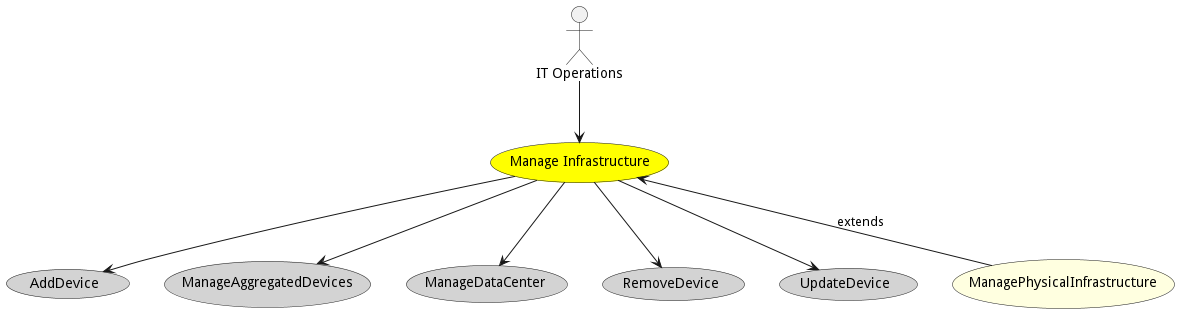
madajaju/edgemere keeps this PlantUML diagram as docs/edgemere/cpl/usecases/manageinfrastructure/Activities.png. Above is the earlier version.
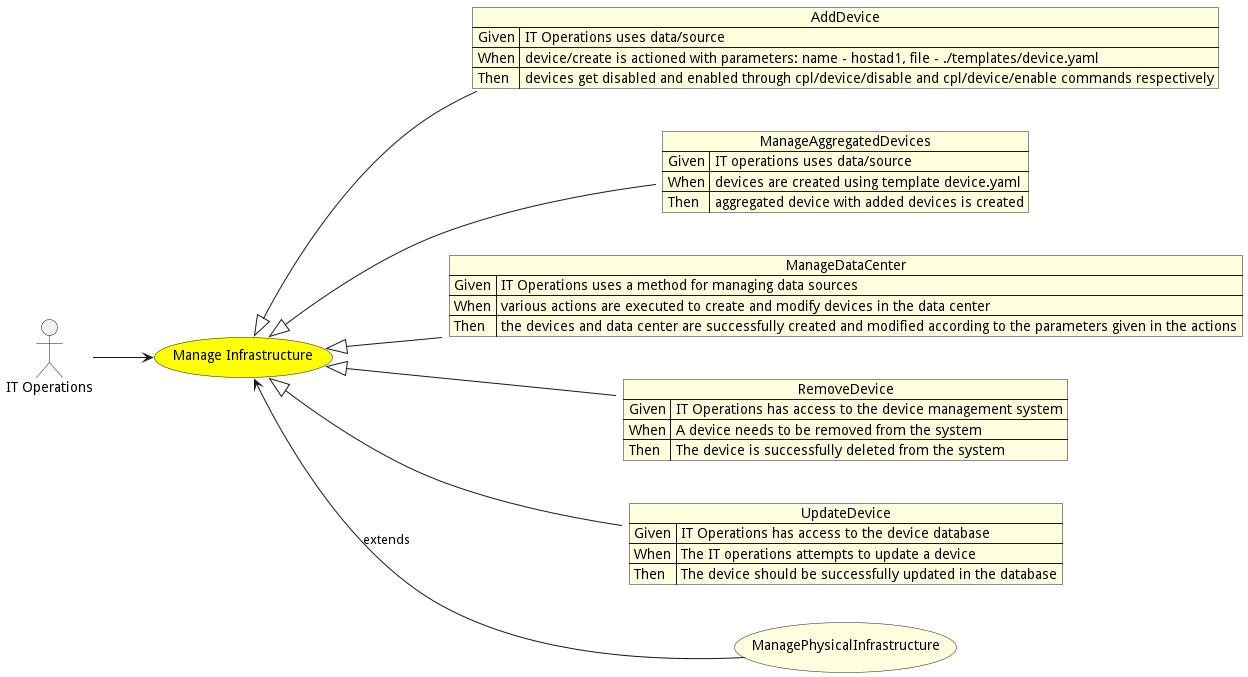
After the commit.

Change to the diagram source:
```diff
@@ -1,5 +1,7 @@
 @startuml
 
+
+left to right direction
 
 usecase "Manage Infrastructure" as ManageInfrastructure #yellow
 
@@ -9,25 +11,45 @@
 
 
 
-usecase "AddDevice" as AddDevice #lightgrey
+json AddDevice #lightyellow {
+    "Given": "IT Operations uses data/source",
+    "When": "device/create is actioned with parameters: name - hostad1, file - ./templates/device.yaml",
+    "Then": "devices get disabled and enabled through cpl/device/disable and cpl/device/enable commands respectively"
+}
 
-ManageInfrastructure --> AddDevice
+ManageInfrastructure <|-- AddDevice
 
-usecase "ManageAggregatedDevices" as ManageAggregatedDevices #lightgrey
+json ManageAggregatedDevices #lightyellow {
+    "Given": "IT operations uses data/source",
+    "When": "devices are created using template device.yaml",
+    "Then": "aggregated device with added devices is created"
+}
 
-ManageInfrastructure --> ManageAggregatedDevices
+ManageInfrastructure <|-- ManageAggregatedDevices
 
-usecase "ManageDataCenter" as ManageDataCenter #lightgrey
+json ManageDataCenter #lightyellow {
+    "Given": "IT Operations uses a method for managing data sources",
+    "When": "various actions are executed to create and modify devices in the data center",
+    "Then": "the devices and data center are successfully created and modified according to the parameters given in the actions"
+}
 
-ManageInfrastructure --> ManageDataCenter
+ManageInfrastructure <|-- ManageDataCenter
 
-usecase "RemoveDevice" as RemoveDevice #lightgrey
+json RemoveDevice #lightyellow {
+    "Given": "IT Operations has access to the device management system",
+    "When": "A device needs to be removed from the system",
+    "Then": "The device is successfully deleted from the system"
+}
 
-ManageInfrastructure --> RemoveDevice
+ManageInfrastructure <|-- RemoveDevice
 
-usecase "UpdateDevice" as UpdateDevice #lightgrey
+json UpdateDevice #lightyellow {
+    "Given": "IT Operations has access to the device database",
+    "When": "The IT operations attempts to update a device",
+    "Then": "The device should be successfully updated in the database"
+}
 
-ManageInfrastructure --> UpdateDevice
+ManageInfrastructure <|-- UpdateDevice
 
 
 
```
